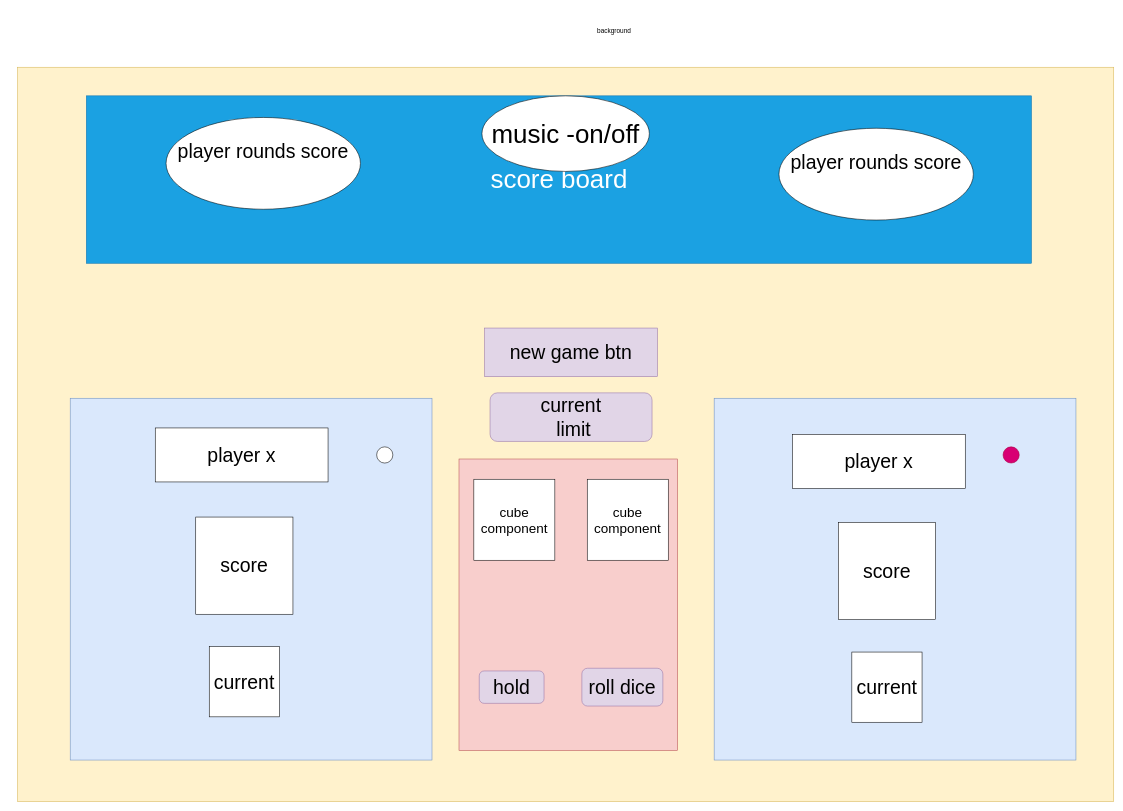
Above: page "setup" (1 of 2) of guidlines/dice game demo.drawio in t-bendet/dice-game (draw.io), before the change. Source tidied: cells renumbered, new cells numbered last; positions are measured from the earlier drawing's top-left corner, leaving out a move shared by most shapes. Both pictures are drawn from the tidied source at 54%, with x=0, y=0 at pixel (17, 9).
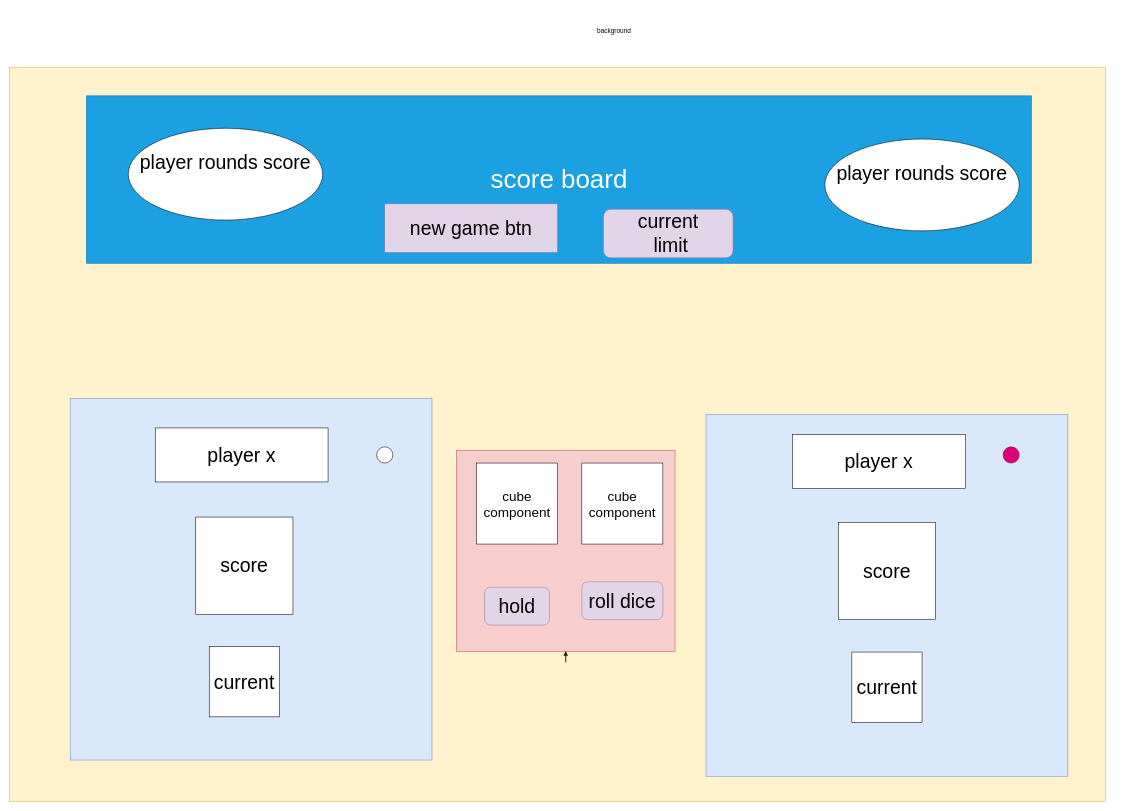
The same diagram, later.

Diff of the diagram source:
```diff
@@
     <mxCell id="2" style="rounded=0;whiteSpace=wrap;html=1;fillColor=#fff2cc;strokeColor=#d6b656;" parent="1" vertex="1">
-      <mxGeometry y="107" width="2030" height="1360" as="geometry" />
+      <mxGeometry x="-15" y="107" width="2030" height="1360" as="geometry" />
     </mxCell>
@@
-    <mxCell id="5" value="&lt;font style=&quot;font-size: 36px&quot;&gt;new game btn&lt;/font&gt;" style="rounded=0;whiteSpace=wrap;html=1;fontSize=25;fillColor=#e1d5e7;strokeColor=#9673a6;" parent="1" vertex="1">
-      <mxGeometry x="865" y="590" width="320" height="90" as="geometry" />
-    </mxCell>
@@
     <mxCell id="11" style="whiteSpace=wrap;html=1;fontSize=25;fillColor=#dae8fc;strokeColor=#6c8ebf;" parent="1" vertex="1">
-      <mxGeometry x="1290" y="720" width="670" height="670" as="geometry" />
+      <mxGeometry x="1275" y="750" width="670" height="670" as="geometry" />
     </mxCell>
@@
-    <mxCell id="16" value="&lt;font style=&quot;font-size: 36px&quot;&gt;current&lt;br&gt;&amp;nbsp;limit&lt;/font&gt;" style="rounded=1;whiteSpace=wrap;html=1;fontSize=25;fillColor=#e1d5e7;strokeColor=#9673a6;" parent="1" vertex="1">
-      <mxGeometry x="875" y="710" width="300" height="90" as="geometry" />
-    </mxCell>
     <mxCell id="17" style="rounded=0;whiteSpace=wrap;html=1;fontSize=25;rotation=90;fillColor=#f8cecc;strokeColor=#b85450;" parent="1" vertex="1">
-      <mxGeometry x="750" y="900" width="540" height="405" as="geometry" />
+      <mxGeometry x="828.8" y="800" width="372.5" height="405" as="geometry" />
     </mxCell>
     <mxCell id="18" value="cube component" style="whiteSpace=wrap;html=1;fontSize=25;" parent="1" vertex="1">
-      <mxGeometry x="845" y="870" width="150" height="150" as="geometry" />
+      <mxGeometry x="850" y="840" width="150" height="150" as="geometry" />
     </mxCell>
     <mxCell id="19" value="&lt;span&gt;cube component&lt;/span&gt;" style="whiteSpace=wrap;html=1;fontSize=25;" parent="1" vertex="1">
-      <mxGeometry x="1055" y="870" width="150" height="150" as="geometry" />
+      <mxGeometry x="1045" y="840" width="150" height="150" as="geometry" />
     </mxCell>
     <mxCell id="20" value="&lt;font style=&quot;font-size: 36px&quot;&gt;roll dice&lt;/font&gt;" style="rounded=1;whiteSpace=wrap;html=1;fontSize=25;fillColor=#e1d5e7;strokeColor=#9673a6;" parent="1" vertex="1">
-      <mxGeometry x="1045" y="1220" width="150" height="70" as="geometry" />
+      <mxGeometry x="1045" y="1060" width="150" height="70" as="geometry" />
     </mxCell>
@@
-    <mxCell id="23" value="&lt;span style=&quot;font-size: 48px&quot;&gt;music -on/off&lt;/span&gt;" style="ellipse;whiteSpace=wrap;html=1;" parent="1" vertex="1">
-      <mxGeometry x="860" y="160" width="310" height="140" as="geometry" />
-    </mxCell>
     <mxCell id="24" value="&lt;span style=&quot;font-size: 36px&quot;&gt;player rounds score&lt;br&gt;&lt;br&gt;&lt;/span&gt;" style="ellipse;whiteSpace=wrap;html=1;" parent="1" vertex="1">
-      <mxGeometry x="275" y="200" width="360" height="170" as="geometry" />
+      <mxGeometry x="205" y="220" width="360" height="170" as="geometry" />
     </mxCell>
     <mxCell id="25" value="&lt;span style=&quot;font-size: 36px&quot;&gt;player rounds score&lt;br&gt;&lt;br&gt;&lt;/span&gt;" style="ellipse;whiteSpace=wrap;html=1;" parent="1" vertex="1">
-      <mxGeometry x="1410" y="220" width="360" height="170" as="geometry" />
+      <mxGeometry x="1495" y="240" width="360" height="170" as="geometry" />
     </mxCell>
     <mxCell id="26" value="&lt;font style=&quot;font-size: 36px&quot;&gt;hold&lt;/font&gt;" style="rounded=1;whiteSpace=wrap;html=1;fontSize=25;fillColor=#e1d5e7;strokeColor=#9673a6;" parent="1" vertex="1">
-      <mxGeometry x="855" y="1225" width="120" height="60" as="geometry" />
+      <mxGeometry x="865" y="1070" width="120" height="70" as="geometry" />
     </mxCell>
+    <mxCell id="27" style="edgeStyle=orthogonalEdgeStyle;rounded=0;orthogonalLoop=1;jettySize=auto;html=1;exitX=1;exitY=0.5;exitDx=0;exitDy=0;" parent="1" edge="1" source="17" target="17">
+      <mxGeometry relative="1" as="geometry" />
+    </mxCell>
+    <mxCell id="28" style="edgeStyle=orthogonalEdgeStyle;rounded=0;orthogonalLoop=1;jettySize=auto;html=1;exitX=0.5;exitY=1;exitDx=0;exitDy=0;" parent="1" edge="1" source="20" target="20">
+      <mxGeometry relative="1" as="geometry" />
+    </mxCell>
+    <mxCell id="29" style="edgeStyle=orthogonalEdgeStyle;rounded=0;orthogonalLoop=1;jettySize=auto;html=1;exitX=0.5;exitY=1;exitDx=0;exitDy=0;" parent="1" edge="1" source="26" target="26">
+      <mxGeometry relative="1" as="geometry" />
+    </mxCell>
+    <mxCell id="5" value="&lt;font style=&quot;font-size: 36px&quot;&gt;new game btn&lt;/font&gt;" style="rounded=0;whiteSpace=wrap;html=1;fontSize=25;fillColor=#e1d5e7;strokeColor=#9673a6;" parent="1" vertex="1">
+      <mxGeometry x="680" y="360" width="320" height="90" as="geometry" />
+    </mxCell>
+    <mxCell id="16" value="&lt;font style=&quot;font-size: 36px&quot;&gt;current&lt;br&gt;&amp;nbsp;limit&lt;/font&gt;" style="rounded=1;whiteSpace=wrap;html=1;fontSize=25;fillColor=#e1d5e7;strokeColor=#9673a6;" parent="1" vertex="1">
+      <mxGeometry x="1085" y="370" width="240" height="90" as="geometry" />
+    </mxCell>
```
